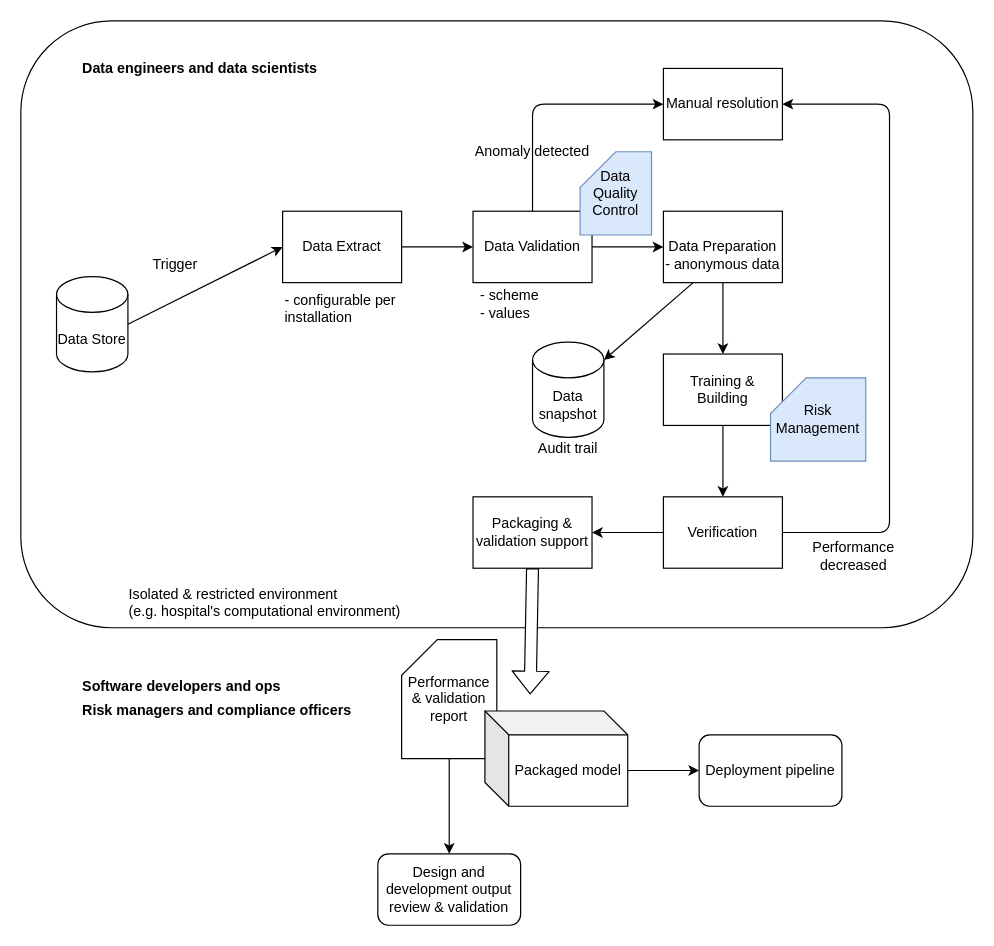
Earlier version of the draw.io diagram ContinuousDesingC4ML.drawio (devgranlund/idea-settings). Source tidied: cells renumbered, new cells numbered last; positions are measured from the earlier drawing's top-left corner, leaving out a move shared by most shapes. Both pictures are drawn from the tidied source at 119%, with x=0, y=0 at pixel (20, 20).
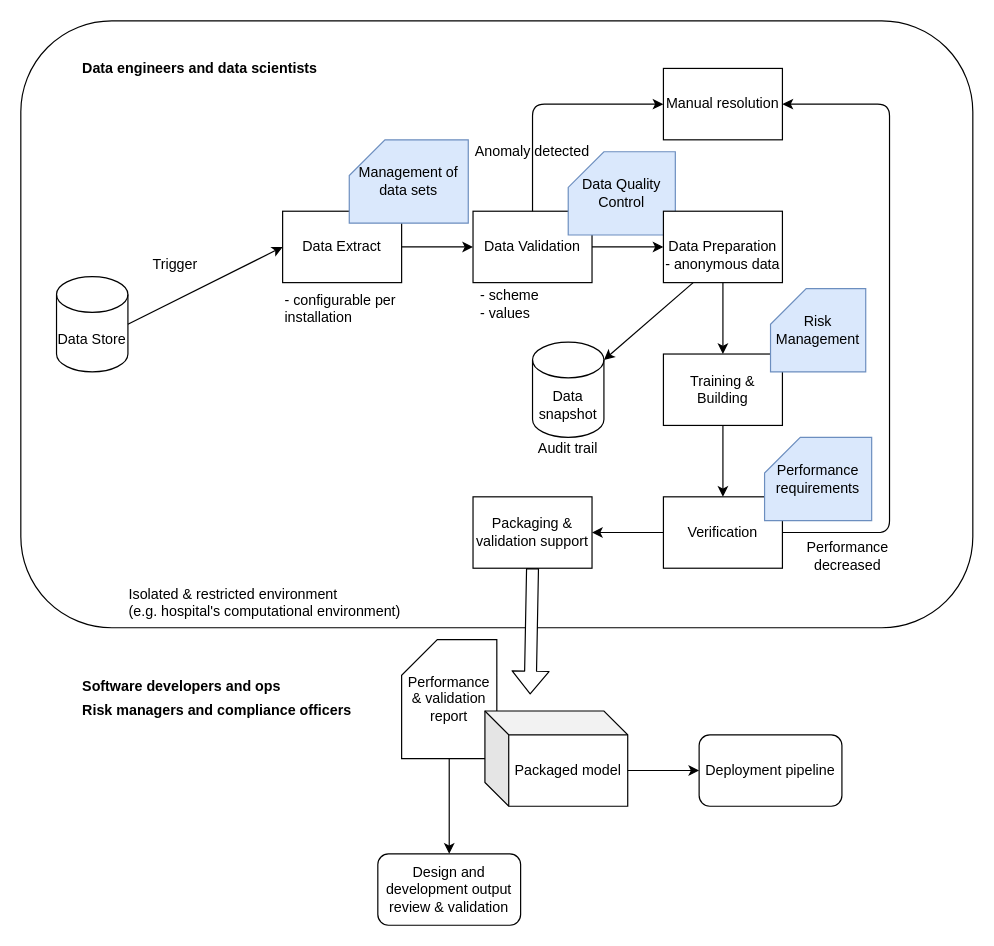
After the change.

The edit, as a diff of the source:
```diff
@@
-    <mxCell id="8" value="Data Preparation" style="rounded=0;whiteSpace=wrap;html=1;" parent="1" vertex="1">
-      <mxGeometry x="540" y="160" width="100" height="60" as="geometry" />
-    </mxCell>
-    <mxCell id="9" value="&lt;span&gt;- anonymous data&lt;/span&gt;" style="text;html=1;strokeColor=none;fillColor=none;align=left;verticalAlign=middle;whiteSpace=wrap;rounded=0;" parent="1" vertex="1">
-      <mxGeometry x="540" y="185" width="120" height="40" as="geometry" />
-    </mxCell>
@@
     <mxCell id="30" value="Performance decreased" style="text;html=1;strokeColor=none;fillColor=none;align=center;verticalAlign=middle;whiteSpace=wrap;rounded=0;" parent="1" vertex="1">
-      <mxGeometry x="680" y="440" width="40" height="20" as="geometry" />
+      <mxGeometry x="675" y="440" width="40" height="20" as="geometry" />
     </mxCell>
@@
     <mxCell id="39" value="Data Quality Control" style="shape=card;whiteSpace=wrap;html=1;fillColor=#dae8fc;strokeColor=#6c8ebf;" parent="1" vertex="1">
-      <mxGeometry x="470" y="110" width="60" height="70" as="geometry" />
+      <mxGeometry x="460" y="110" width="90" height="70" as="geometry" />
     </mxCell>
     <mxCell id="40" value="Risk Management" style="shape=card;whiteSpace=wrap;html=1;fillColor=#dae8fc;strokeColor=#6c8ebf;" parent="1" vertex="1">
-      <mxGeometry x="630" y="300" width="80" height="70" as="geometry" />
+      <mxGeometry x="630" y="225" width="80" height="70" as="geometry" />
     </mxCell>
+    <mxCell id="41" value="Performance requirements" style="shape=card;whiteSpace=wrap;html=1;fillColor=#dae8fc;strokeColor=#6c8ebf;" parent="1" vertex="1">
+      <mxGeometry x="625" y="350" width="90" height="70" as="geometry" />
+    </mxCell>
+    <mxCell id="8" value="Data Preparation" style="rounded=0;whiteSpace=wrap;html=1;" parent="1" vertex="1">
+      <mxGeometry x="540" y="160" width="100" height="60" as="geometry" />
+    </mxCell>
+    <mxCell id="9" value="&lt;span&gt;- anonymous data&lt;/span&gt;" style="text;html=1;strokeColor=none;fillColor=none;align=left;verticalAlign=middle;whiteSpace=wrap;rounded=0;" parent="1" vertex="1">
+      <mxGeometry x="540" y="185" width="120" height="40" as="geometry" />
+    </mxCell>
+    <mxCell id="42" value="Management of data sets" style="shape=card;whiteSpace=wrap;html=1;fillColor=#dae8fc;strokeColor=#6c8ebf;" parent="1" vertex="1">
+      <mxGeometry x="276" y="100" width="100" height="70" as="geometry" />
+    </mxCell>
```
